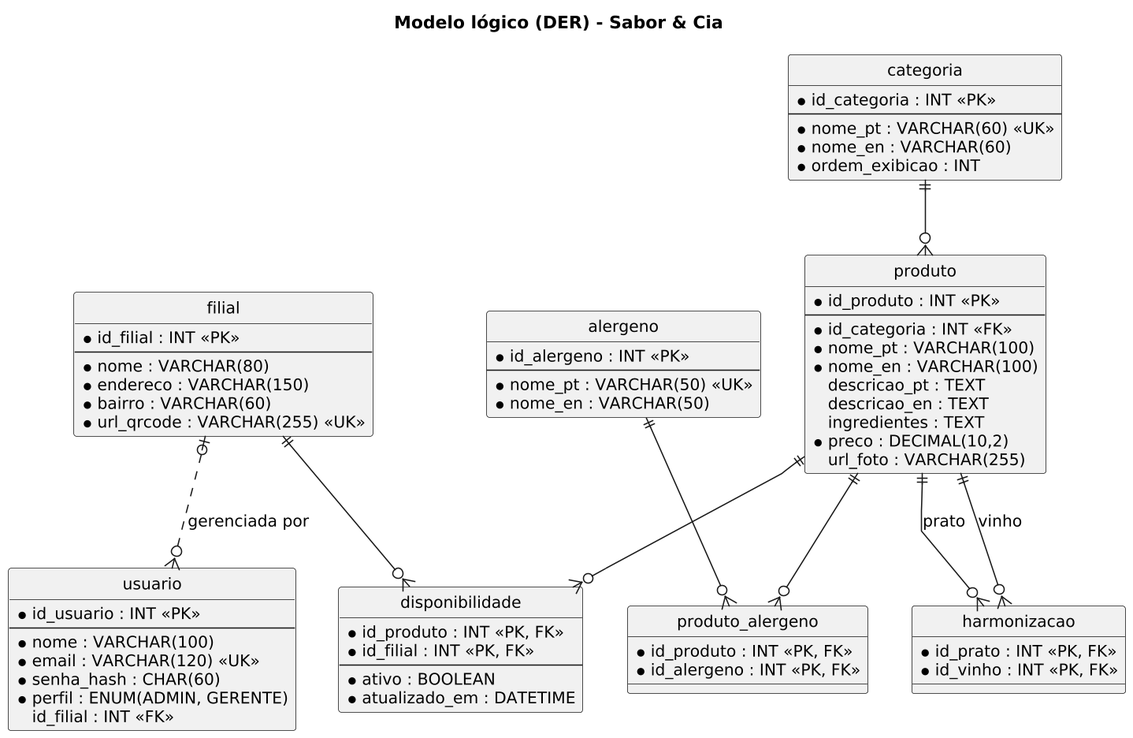
Earlier version of the PlantUML export diagramas/06_logico.png (vitorfaust1no/PIM-II).
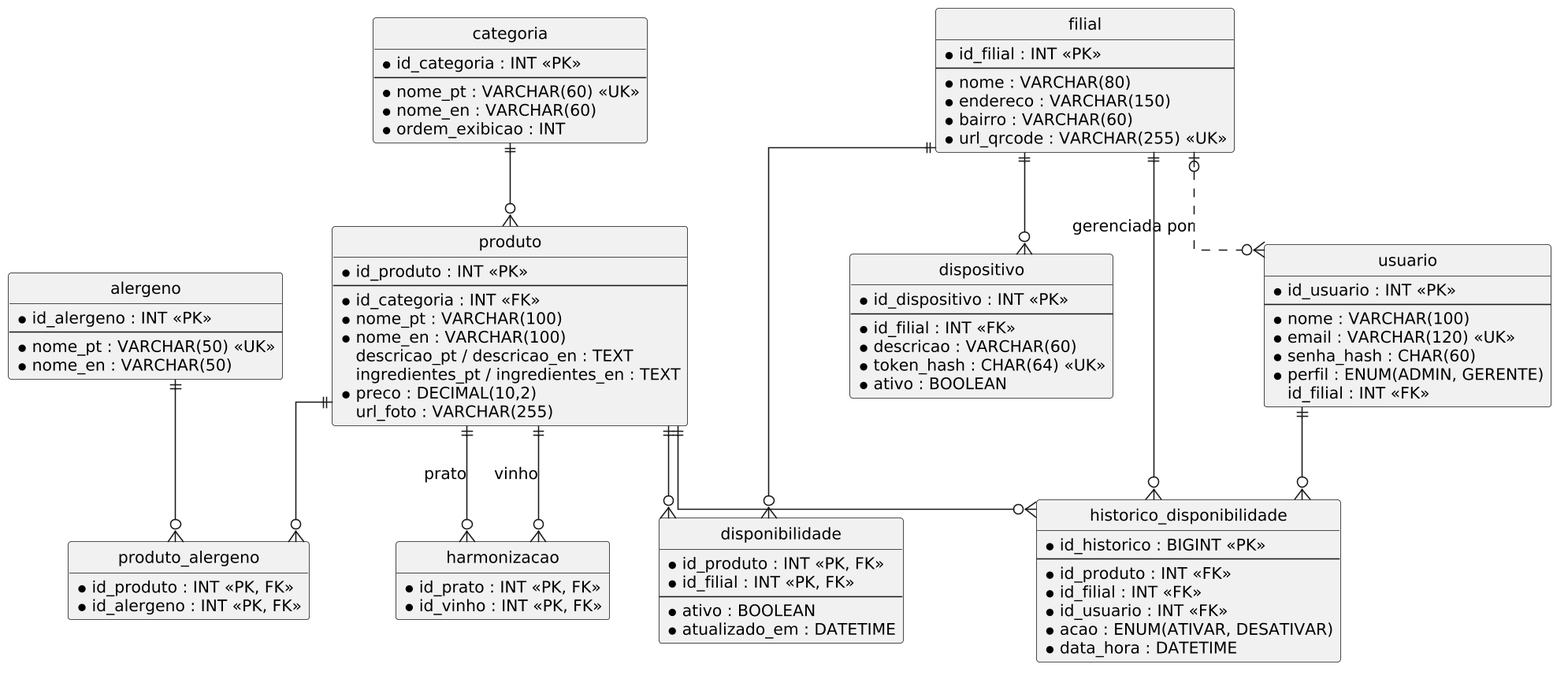
After the commit.

Commit message:
docs(diagramas): redesenha arquitetura, conceitual e logico com fontes

What changed in the source:
```diff
@@ -1,10 +1,12 @@
-@startuml
+@startuml 06_logico
 !include estilo.iuml
-title Modelo lógico (DER) - Sabor & Cia
 hide circle
-skinparam linetype polyline
+hide methods
+skinparam linetype ortho
+skinparam nodesep 40
+skinparam ranksep 60
 
-entity "filial" as filial {
+entity filial {
   * id_filial : INT <<PK>>
   --
   * nome : VARCHAR(80)
@@ -12,7 +14,8 @@
   * bairro : VARCHAR(60)
   * url_qrcode : VARCHAR(255) <<UK>>
 }
-entity "usuario" as usuario {
+
+entity usuario {
   * id_usuario : INT <<PK>>
   --
   * nome : VARCHAR(100)
@@ -21,40 +24,54 @@
   * perfil : ENUM(ADMIN, GERENTE)
   id_filial : INT <<FK>>
 }
-entity "categoria" as categoria {
+
+entity dispositivo {
+  * id_dispositivo : INT <<PK>>
+  --
+  * id_filial : INT <<FK>>
+  * descricao : VARCHAR(60)
+  * token_hash : CHAR(64) <<UK>>
+  * ativo : BOOLEAN
+}
+
+entity categoria {
   * id_categoria : INT <<PK>>
   --
   * nome_pt : VARCHAR(60) <<UK>>
   * nome_en : VARCHAR(60)
   * ordem_exibicao : INT
 }
-entity "produto" as produto {
+
+entity produto {
   * id_produto : INT <<PK>>
   --
   * id_categoria : INT <<FK>>
   * nome_pt : VARCHAR(100)
   * nome_en : VARCHAR(100)
-  descricao_pt : TEXT
-  descricao_en : TEXT
-  ingredientes : TEXT
+  descricao_pt / descricao_en : TEXT
+  ingredientes_pt / ingredientes_en : TEXT
   * preco : DECIMAL(10,2)
   url_foto : VARCHAR(255)
 }
-entity "alergeno" as alergeno {
+
+entity alergeno {
   * id_alergeno : INT <<PK>>
   --
   * nome_pt : VARCHAR(50) <<UK>>
   * nome_en : VARCHAR(50)
 }
-entity "produto_alergeno" as pa {
+
+entity produto_alergeno {
   * id_produto : INT <<PK, FK>>
   * id_alergeno : INT <<PK, FK>>
 }
-entity "harmonizacao" as harm {
+
+entity harmonizacao {
   * id_prato : INT <<PK, FK>>
   * id_vinho : INT <<PK, FK>>
 }
-entity "disponibilidade" as disp {
+
+entity disponibilidade {
   * id_produto : INT <<PK, FK>>
   * id_filial : INT <<PK, FK>>
   --
@@ -62,12 +79,26 @@
   * atualizado_em : DATETIME
 }
 
+entity historico_disponibilidade {
+  * id_historico : BIGINT <<PK>>
+  --
+  * id_produto : INT <<FK>>
+  * id_filial : INT <<FK>>
+  * id_usuario : INT <<FK>>
+  * acao : ENUM(ATIVAR, DESATIVAR)
+  * data_hora : DATETIME
+}
+
+categoria ||--o{ produto
+alergeno ||--o{ produto_alergeno
+produto ||--o{ produto_alergeno
+produto ||--o{ harmonizacao : prato
+produto ||--o{ harmonizacao : vinho
+produto ||--o{ disponibilidade
+filial ||--o{ disponibilidade
 filial |o..o{ usuario : gerenciada por
-categoria ||--o{ produto
-produto ||--o{ disp
-filial ||--o{ disp
-produto ||--o{ pa
-alergeno ||--o{ pa
-produto ||--o{ harm : prato
-produto ||--o{ harm : vinho
+filial ||--o{ dispositivo
+produto ||--o{ historico_disponibilidade
+filial ||--o{ historico_disponibilidade
+usuario ||--o{ historico_disponibilidade
 @enduml
```
